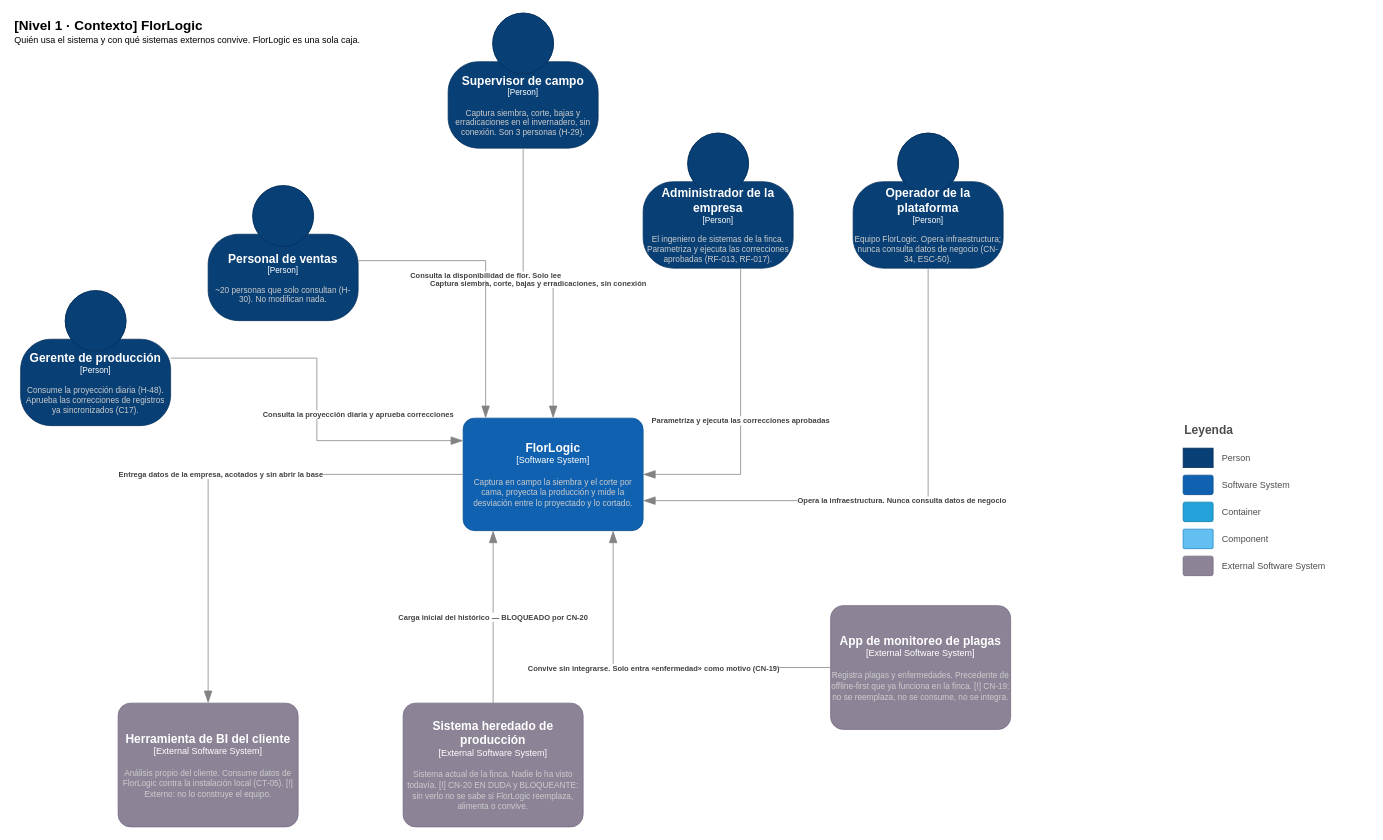
This is page "C4 · Nivel 1 — Contexto" (8 of 14) of Documentacion/Drivers-Arquitectonicos/Arquitectura FlorLogic.drawio from JuanPabloAvendano/FlorLogic, a draw.io file, before an edit. Source tidied: cells renumbered, new cells numbered last; positions are measured from the earlier drawing's top-left corner, leaving out a move shared by most shapes. Both pictures are drawn from the tidied source at 75%, with x=0, y=0 at pixel (13, 13).
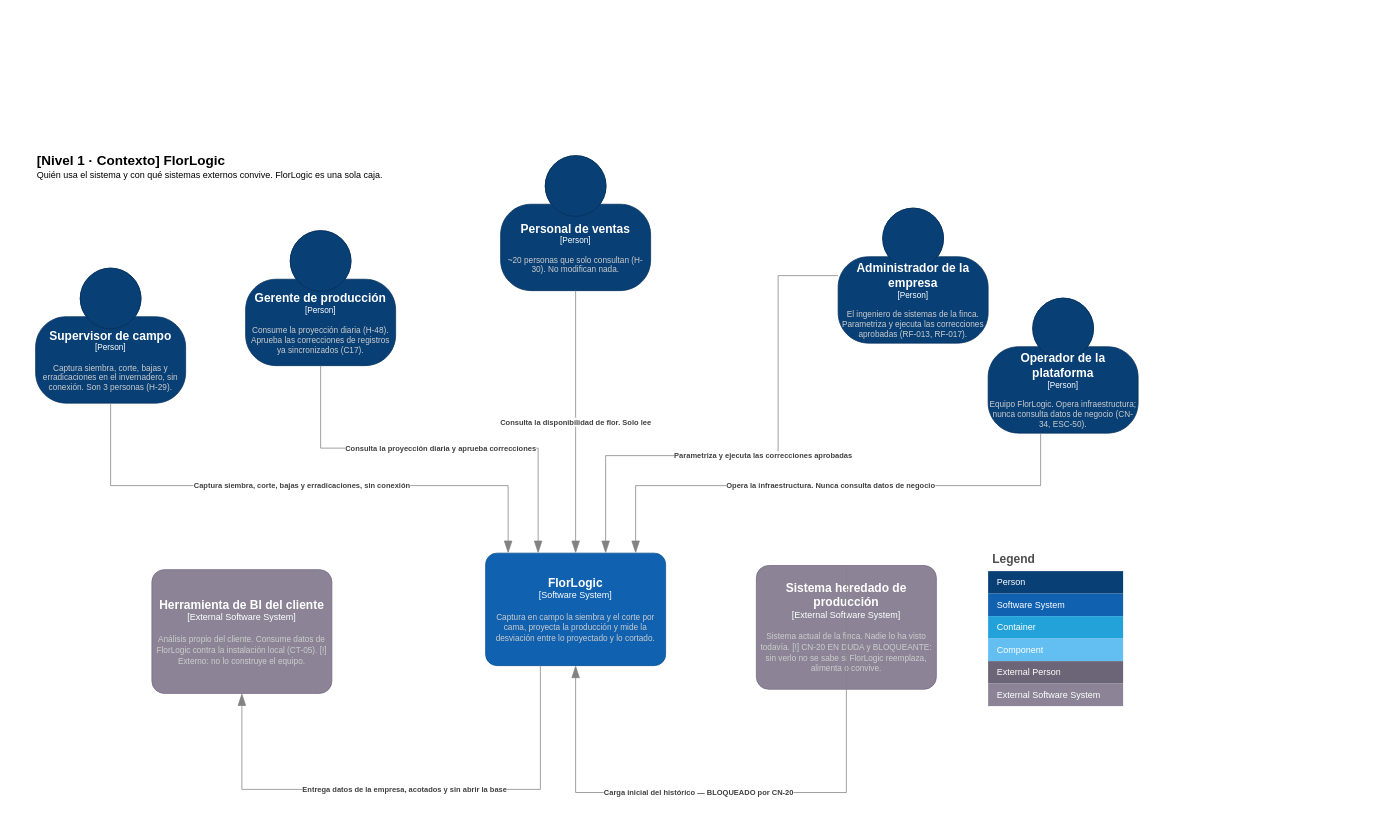
The same page after the edit.

Change to the diagram source:
```diff
@@
     <object id="2" label="&lt;font style=&quot;font-size: 18px&quot;&gt;&lt;b&gt;&lt;div style=&quot;text-align: left&quot;&gt;%c4Name%&lt;/div&gt;&lt;/b&gt;&lt;/font&gt;&lt;div style=&quot;text-align: left&quot;&gt;%c4Description%&lt;/div&gt;" c4Description="Quién usa el sistema y con qué sistemas externos convive. FlorLogic es una sola caja." c4Name="[Nivel 1 · Contexto] FlorLogic" placeholders="1">
       <mxCell style="text;html=1;strokeColor=none;fillColor=none;align=left;verticalAlign=top;whiteSpace=wrap;rounded=0;" parent="1" vertex="1">
-        <mxGeometry width="900" height="60" as="geometry" />
+        <mxGeometry x="30" y="180" width="900" height="60" as="geometry" />
       </mxCell>
     </object>
     <object id="3" label="&lt;font style=&quot;font-size: 16px&quot;&gt;&lt;b&gt;%c4Name%&lt;/b&gt;&lt;/font&gt;&lt;div&gt;[%c4Type%]&lt;/div&gt;&lt;br&gt;&lt;div&gt;&lt;font style=&quot;font-size: 11px&quot;&gt;&lt;font color=&quot;#cccccc&quot;&gt;%c4Description%&lt;/font&gt;&lt;/font&gt;&lt;/div&gt;" c4Description="Captura siembra, corte, bajas y erradicaciones en el invernadero, sin conexión. Son 3 personas (H-29)." c4Name="Supervisor de campo" c4Type="Person" placeholders="1">
       <mxCell style="html=1;fontSize=11;dashed=0;whiteSpace=wrap;fillColor=#083F75;strokeColor=#06315C;fontColor=#ffffff;shape=mxgraph.c4.person2;align=center;points=[[0.5,0,0],[1,0.5,0],[1,0.75,0],[0.75,1,0],[0.5,1,0],[0.25,1,0],[0,0.75,0],[0,0.5,0]];" parent="1" vertex="1">
-        <mxGeometry x="580" width="200" height="180" as="geometry" />
+        <mxGeometry x="30" y="340" width="200" height="180" as="geometry" />
       </mxCell>
     </object>
     <object id="4" label="&lt;font style=&quot;font-size: 16px&quot;&gt;&lt;b&gt;%c4Name%&lt;/b&gt;&lt;/font&gt;&lt;div&gt;[%c4Type%]&lt;/div&gt;&lt;br&gt;&lt;div&gt;&lt;font style=&quot;font-size: 11px&quot;&gt;&lt;font color=&quot;#cccccc&quot;&gt;%c4Description%&lt;/font&gt;&lt;/font&gt;&lt;/div&gt;" c4Description="Consume la proyección diaria (H-48). Aprueba las correcciones de registros ya sincronizados (C17)." c4Name="Gerente de producción" c4Type="Person" placeholders="1">
       <mxCell style="html=1;fontSize=11;dashed=0;whiteSpace=wrap;fillColor=#083F75;strokeColor=#06315C;fontColor=#ffffff;shape=mxgraph.c4.person2;align=center;points=[[0.5,0,0],[1,0.5,0],[1,0.75,0],[0.75,1,0],[0.5,1,0],[0.25,1,0],[0,0.75,0],[0,0.5,0]];" parent="1" vertex="1">
-        <mxGeometry x="10" y="370" width="200" height="180" as="geometry" />
+        <mxGeometry x="310" y="290" width="200" height="180" as="geometry" />
       </mxCell>
     </object>
     <object id="5" label="&lt;font style=&quot;font-size: 16px&quot;&gt;&lt;b&gt;%c4Name%&lt;/b&gt;&lt;/font&gt;&lt;div&gt;[%c4Type%]&lt;/div&gt;&lt;br&gt;&lt;div&gt;&lt;font style=&quot;font-size: 11px&quot;&gt;&lt;font color=&quot;#cccccc&quot;&gt;%c4Description%&lt;/font&gt;&lt;/font&gt;&lt;/div&gt;" c4Description="~20 personas que solo consultan (H-30). No modifican nada." c4Name="Personal de ventas" c4Type="Person" placeholders="1">
       <mxCell style="html=1;fontSize=11;dashed=0;whiteSpace=wrap;fillColor=#083F75;strokeColor=#06315C;fontColor=#ffffff;shape=mxgraph.c4.person2;align=center;points=[[0.5,0,0],[1,0.5,0],[1,0.75,0],[0.75,1,0],[0.5,1,0],[0.25,1,0],[0,0.75,0],[0,0.5,0]];" parent="1" vertex="1">
-        <mxGeometry x="260" y="230" width="200" height="180" as="geometry" />
+        <mxGeometry x="650" y="190" width="200" height="180" as="geometry" />
       </mxCell>
     </object>
     <object id="6" label="&lt;font style=&quot;font-size: 16px&quot;&gt;&lt;b&gt;%c4Name%&lt;/b&gt;&lt;/font&gt;&lt;div&gt;[%c4Type%]&lt;/div&gt;&lt;br&gt;&lt;div&gt;&lt;font style=&quot;font-size: 11px&quot;&gt;&lt;font color=&quot;#cccccc&quot;&gt;%c4Description%&lt;/font&gt;&lt;/font&gt;&lt;/div&gt;" c4Description="El ingeniero de sistemas de la finca. Parametriza y ejecuta las correcciones aprobadas (RF-013, RF-017)." c4Name="Administrador de la empresa" c4Type="Person" placeholders="1">
       <mxCell style="html=1;fontSize=11;dashed=0;whiteSpace=wrap;fillColor=#083F75;strokeColor=#06315C;fontColor=#ffffff;shape=mxgraph.c4.person2;align=center;points=[[0.5,0,0],[1,0.5,0],[1,0.75,0],[0.75,1,0],[0.5,1,0],[0.25,1,0],[0,0.75,0],[0,0.5,0]];" parent="1" vertex="1">
-        <mxGeometry x="840" y="160" width="200" height="180" as="geometry" />
+        <mxGeometry x="1100" y="260" width="200" height="180" as="geometry" />
       </mxCell>
     </object>
     <object id="7" label="&lt;font style=&quot;font-size: 16px&quot;&gt;&lt;b&gt;%c4Name%&lt;/b&gt;&lt;/font&gt;&lt;div&gt;[%c4Type%]&lt;/div&gt;&lt;br&gt;&lt;div&gt;&lt;font style=&quot;font-size: 11px&quot;&gt;&lt;font color=&quot;#cccccc&quot;&gt;%c4Description%&lt;/font&gt;&lt;/font&gt;&lt;/div&gt;" c4Description="Equipo FlorLogic. Opera infraestructura; nunca consulta datos de negocio (CN-34, ESC-50)." c4Name="Operador de la plataforma" c4Type="Person" placeholders="1">
       <mxCell style="html=1;fontSize=11;dashed=0;whiteSpace=wrap;fillColor=#083F75;strokeColor=#06315C;fontColor=#ffffff;shape=mxgraph.c4.person2;align=center;points=[[0.5,0,0],[1,0.5,0],[1,0.75,0],[0.75,1,0],[0.5,1,0],[0.25,1,0],[0,0.75,0],[0,0.5,0]];" parent="1" vertex="1">
-        <mxGeometry x="1120" y="160" width="200" height="180" as="geometry" />
+        <mxGeometry x="1300" y="380" width="200" height="180" as="geometry" />
       </mxCell>
     </object>
     <object id="8" label="&lt;font style=&quot;font-size: 16px&quot;&gt;&lt;b&gt;%c4Name%&lt;/b&gt;&lt;/font&gt;&lt;div&gt;[%c4Type%]&lt;/div&gt;&lt;br&gt;&lt;div&gt;&lt;font style=&quot;font-size: 11px&quot;&gt;&lt;font color=&quot;#cccccc&quot;&gt;%c4Description%&lt;/font&gt;&lt;/font&gt;&lt;/div&gt;" c4Description="Captura en campo la siembra y el corte por cama, proyecta la producción y mide la desviación entre lo proyectado y lo cortado." c4Name="FlorLogic" c4Type="Software System" placeholders="1">
       <mxCell style="rounded=1;whiteSpace=wrap;html=1;labelBackgroundColor=none;fillColor=#1061B0;fontColor=#ffffff;align=center;arcSize=10;strokeColor=#0D5091;points=[[0.25,0,0],[0.5,0,0],[0.75,0,0],[1,0.25,0],[1,0.5,0],[1,0.75,0],[0.75,1,0],[0.5,1,0],[0.25,1,0],[0,0.75,0],[0,0.5,0],[0,0.25,0]];" parent="1" vertex="1">
-        <mxGeometry x="600" y="540" width="240" height="150" as="geometry" />
+        <mxGeometry x="630" y="720" width="240" height="150" as="geometry" />
       </mxCell>
     </object>
     <object id="9" label="&lt;font style=&quot;font-size: 16px&quot;&gt;&lt;b&gt;%c4Name%&lt;/b&gt;&lt;/font&gt;&lt;div&gt;[%c4Type%]&lt;/div&gt;&lt;br&gt;&lt;div&gt;&lt;font style=&quot;font-size: 11px&quot;&gt;&lt;font color=&quot;#cccccc&quot;&gt;%c4Description%&lt;/font&gt;&lt;/font&gt;&lt;/div&gt;" c4Description="Análisis propio del cliente. Consume datos de FlorLogic contra la instalación local (CT-05). [!] Externo: no lo construye el equipo." c4Name="Herramienta de BI del cliente" c4Type="External Software System" placeholders="1">
       <mxCell style="rounded=1;whiteSpace=wrap;html=1;labelBackgroundColor=none;fillColor=#8C8496;fontColor=#ffffff;align=center;arcSize=10;strokeColor=#736782;points=[[0.25,0,0],[0.5,0,0],[0.75,0,0],[1,0.25,0],[1,0.5,0],[1,0.75,0],[0.75,1,0],[0.5,1,0],[0.25,1,0],[0,0.75,0],[0,0.5,0],[0,0.25,0]];" parent="1" vertex="1">
-        <mxGeometry x="140" y="920" width="240" height="165" as="geometry" />
+        <mxGeometry x="185" y="742" width="240" height="165" as="geometry" />
       </mxCell>
     </object>
     <object id="10" label="&lt;font style=&quot;font-size: 16px&quot;&gt;&lt;b&gt;%c4Name%&lt;/b&gt;&lt;/font&gt;&lt;div&gt;[%c4Type%]&lt;/div&gt;&lt;br&gt;&lt;div&gt;&lt;font style=&quot;font-size: 11px&quot;&gt;&lt;font color=&quot;#cccccc&quot;&gt;%c4Description%&lt;/font&gt;&lt;/font&gt;&lt;/div&gt;" c4Description="Sistema actual de la finca. Nadie lo ha visto todavía. [!] CN-20 EN DUDA y BLOQUEANTE: sin verlo no se sabe si FlorLogic reemplaza, alimenta o convive." c4Name="Sistema heredado de producción" c4Type="External Software System" placeholders="1">
       <mxCell style="rounded=1;whiteSpace=wrap;html=1;labelBackgroundColor=none;fillColor=#8C8496;fontColor=#ffffff;align=center;arcSize=10;strokeColor=#736782;points=[[0.25,0,0],[0.5,0,0],[0.75,0,0],[1,0.25,0],[1,0.5,0],[1,0.75,0],[0.75,1,0],[0.5,1,0],[0.25,1,0],[0,0.75,0],[0,0.5,0],[0,0.25,0]];" parent="1" vertex="1">
-        <mxGeometry x="520" y="920" width="240" height="165" as="geometry" />
+        <mxGeometry x="991" y="736.5" width="240" height="165" as="geometry" />
       </mxCell>
     </object>
-    <object id="11" label="&lt;font style=&quot;font-size: 16px&quot;&gt;&lt;b&gt;%c4Name%&lt;/b&gt;&lt;/font&gt;&lt;div&gt;[%c4Type%]&lt;/div&gt;&lt;br&gt;&lt;div&gt;&lt;font style=&quot;font-size: 11px&quot;&gt;&lt;font color=&quot;#cccccc&quot;&gt;%c4Description%&lt;/font&gt;&lt;/font&gt;&lt;/div&gt;" c4Description="Registra plagas y enfermedades. Precedente de offline-first que ya funciona en la finca. [!] CN-19: no se reemplaza, no se consume, no se integra." c4Name="App de monitoreo de plagas" c4Type="External Software System" placeholders="1">
-      <mxCell style="rounded=1;whiteSpace=wrap;html=1;labelBackgroundColor=none;fillColor=#8C8496;fontColor=#ffffff;align=center;arcSize=10;strokeColor=#736782;points=[[0.25,0,0],[0.5,0,0],[0.75,0,0],[1,0.25,0],[1,0.5,0],[1,0.75,0],[0.75,1,0],[0.5,1,0],[0.25,1,0],[0,0.75,0],[0,0.5,0],[0,0.25,0]];" parent="1" vertex="1">
-        <mxGeometry x="1090" y="790" width="240" height="165" as="geometry" />
-      </mxCell>
-    </object>
     <object id="12" label="&lt;div style=&quot;text-align: center&quot;&gt;&lt;b&gt;%c4Description%&lt;/b&gt;&lt;/div&gt;" c4Description="Captura siembra, corte, bajas y erradicaciones, sin conexión" placeholders="1">
       <mxCell style="endArrow=blockThin;html=1;fontSize=10;fontColor=#404040;strokeWidth=1;endFill=1;strokeColor=#828282;elbow=vertical;endSize=14;startSize=14;jumpStyle=arc;jumpSize=16;rounded=0;edgeStyle=orthogonalEdgeStyle;" parent="1" edge="1" source="3" target="8">
-        <mxGeometry relative="1" as="geometry" />
+        <mxGeometry relative="1" as="geometry">
+          <Array as="points">
+            <mxPoint x="130" y="630" />
+            <mxPoint x="660" y="630" />
+          </Array>
+        </mxGeometry>
       </mxCell>
     </object>
     <object id="13" label="&lt;div style=&quot;text-align: center&quot;&gt;&lt;b&gt;%c4Description%&lt;/b&gt;&lt;/div&gt;" c4Description="Consulta la proyección diaria y aprueba correcciones" placeholders="1">
       <mxCell style="endArrow=blockThin;html=1;fontSize=10;fontColor=#404040;strokeWidth=1;endFill=1;strokeColor=#828282;elbow=vertical;endSize=14;startSize=14;jumpStyle=arc;jumpSize=16;rounded=0;edgeStyle=orthogonalEdgeStyle;" parent="1" edge="1" source="4" target="8">
-        <mxGeometry x="0.08" y="55" relative="1" as="geometry">
+        <mxGeometry relative="1" as="geometry">
           <Array as="points">
-            <mxPoint x="405" y="460" />
-            <mxPoint x="405" y="570" />
+            <mxPoint x="410" y="580" />
+            <mxPoint x="700" y="580" />
           </Array>
         </mxGeometry>
       </mxCell>
     </object>
     <object id="14" label="&lt;div style=&quot;text-align: center&quot;&gt;&lt;b&gt;%c4Description%&lt;/b&gt;&lt;/div&gt;" c4Description="Consulta la disponibilidad de flor. Solo lee" placeholders="1">
       <mxCell style="endArrow=blockThin;html=1;fontSize=10;fontColor=#404040;strokeWidth=1;endFill=1;strokeColor=#828282;elbow=vertical;endSize=14;startSize=14;jumpStyle=arc;jumpSize=16;rounded=0;edgeStyle=orthogonalEdgeStyle;" parent="1" edge="1" source="5" target="8">
-        <mxGeometry relative="1" as="geometry">
-          <Array as="points">
-            <mxPoint x="630" y="330" />
-          </Array>
-        </mxGeometry>
+        <mxGeometry relative="1" as="geometry" />
       </mxCell>
     </object>
     <object id="15" label="&lt;div style=&quot;text-align: center&quot;&gt;&lt;b&gt;%c4Description%&lt;/b&gt;&lt;/div&gt;" c4Description="Parametriza y ejecuta las correcciones aprobadas" placeholders="1">
       <mxCell style="endArrow=blockThin;html=1;fontSize=10;fontColor=#404040;strokeWidth=1;endFill=1;strokeColor=#828282;elbow=vertical;endSize=14;startSize=14;jumpStyle=arc;jumpSize=16;rounded=0;edgeStyle=orthogonalEdgeStyle;" parent="1" edge="1" source="6" target="8">
         <mxGeometry relative="1" as="geometry">
           <Array as="points">
-            <mxPoint x="970" y="615" />
+            <mxPoint x="1020" y="350" />
+            <mxPoint x="1020" y="590" />
+            <mxPoint x="790" y="590" />
           </Array>
         </mxGeometry>
       </mxCell>
     </object>
     <object id="16" label="&lt;div style=&quot;text-align: center&quot;&gt;&lt;b&gt;%c4Description%&lt;/b&gt;&lt;/div&gt;" c4Description="Opera la infraestructura. Nunca consulta datos de negocio" placeholders="1">
       <mxCell style="endArrow=blockThin;html=1;fontSize=10;fontColor=#404040;strokeWidth=1;endFill=1;strokeColor=#828282;elbow=vertical;endSize=14;startSize=14;jumpStyle=arc;jumpSize=16;rounded=0;edgeStyle=orthogonalEdgeStyle;" parent="1" edge="1" source="7" target="8">
         <mxGeometry relative="1" as="geometry">
           <Array as="points">
-            <mxPoint x="1220" y="650" />
+            <mxPoint x="1370" y="630" />
+            <mxPoint x="830" y="630" />
           </Array>
         </mxGeometry>
       </mxCell>
     </object>
     <object id="17" label="&lt;div style=&quot;text-align: center&quot;&gt;&lt;b&gt;%c4Description%&lt;/b&gt;&lt;/div&gt;" c4Description="Entrega datos de la empresa, acotados y sin abrir la base" placeholders="1">
       <mxCell style="endArrow=blockThin;html=1;fontSize=10;fontColor=#404040;strokeWidth=1;endFill=1;strokeColor=#828282;elbow=vertical;endSize=14;startSize=14;jumpStyle=arc;jumpSize=16;rounded=0;edgeStyle=orthogonalEdgeStyle;" parent="1" edge="1" source="8" target="9">
-        <mxGeometry relative="1" as="geometry" />
+        <mxGeometry relative="1" as="geometry">
+          <Array as="points">
+            <mxPoint x="703" y="1035" />
+          </Array>
+        </mxGeometry>
       </mxCell>
     </object>
     <object id="18" label="&lt;div style=&quot;text-align: center&quot;&gt;&lt;b&gt;%c4Description%&lt;/b&gt;&lt;/div&gt;" c4Description="Carga inicial del histórico — BLOQUEADO por CN-20" placeholders="1">
-      <mxCell style="endArrow=blockThin;html=1;fontSize=10;fontColor=#404040;strokeWidth=1;endFill=1;strokeColor=#828282;elbow=vertical;endSize=14;startSize=14;jumpStyle=arc;jumpSize=16;rounded=0;edgeStyle=orthogonalEdgeStyle;" parent="1" edge="1" source="10" target="8">
-        <mxGeometry relative="1" as="geometry">
+      <mxCell style="endArrow=blockThin;html=1;fontSize=10;fontColor=#404040;strokeWidth=1;endFill=1;strokeColor=#828282;elbow=vertical;endSize=14;startSize=14;jumpStyle=arc;jumpSize=16;rounded=0;edgeStyle=orthogonalEdgeStyle;exitX=0.5;exitY=0;exitDx=0;exitDy=0;exitPerimeter=0;" parent="1" edge="1" source="10" target="8">
+        <mxGeometry x="0.2" relative="1" as="geometry">
           <Array as="points">
-            <mxPoint x="640" y="720" />
-            <mxPoint x="640" y="720" />
+            <mxPoint x="1111" y="1039.2" />
+            <mxPoint x="750" y="1039.2" />
           </Array>
         </mxGeometry>
       </mxCell>
     </object>
-    <object id="19" label="&lt;div style=&quot;text-align: center&quot;&gt;&lt;b&gt;%c4Description%&lt;/b&gt;&lt;/div&gt;" c4Description="Convive sin integrarse. Solo entra «enfermedad» como motivo (CN-19)" placeholders="1">
-      <mxCell style="endArrow=blockThin;html=1;fontSize=10;fontColor=#404040;strokeWidth=1;endFill=1;strokeColor=#828282;elbow=vertical;endSize=14;startSize=14;jumpStyle=arc;jumpSize=16;rounded=0;edgeStyle=orthogonalEdgeStyle;" parent="1" edge="1" source="11" target="8">
-        <mxGeometry relative="1" as="geometry">
-          <Array as="points">
-            <mxPoint x="800" y="872.6" />
-          </Array>
-        </mxGeometry>
-      </mxCell>
-    </object>
-    <mxCell id="20" value="Leyenda" style="text;html=1;strokeColor=none;fillColor=none;align=left;verticalAlign=middle;fontSize=16;fontStyle=1;fontColor=#4D4D4D;" parent="1" vertex="1">
-      <mxGeometry x="1560" y="540" width="200" height="30" as="geometry" />
-    </mxCell>
-    <mxCell id="21" style="html=1;fontSize=11;dashed=0;whiteSpace=wrap;fillColor=#083F75;strokeColor=#06315C;fontColor=#ffffff;align=center;" parent="1" vertex="1">
-      <mxGeometry x="1560" y="580" width="40" height="26" as="geometry" />
-    </mxCell>
+    <mxCell id="31" value="Legend" style="shape=table;startSize=30;childLayout=tableLayout;fontSize=16;align=left;verticalAlign=top;fillColor=none;strokeColor=none;fontColor=#4D4D4D;fontStyle=1;spacingLeft=6;spacing=0;" parent="1" vertex="1">
+      <mxGeometry x="1300" y="714" width="180" height="210" as="geometry" />
+    </mxCell>
+    <mxCell id="32" style="shape=tableRow;horizontal=0;startSize=0;swimlaneHead=0;swimlaneBody=0;strokeColor=inherit;top=0;left=0;bottom=0;right=0;fillColor=none;fontSize=12;" parent="31" vertex="1">
+      <mxGeometry y="30" width="180" height="30" as="geometry" />
+    </mxCell>
-    <mxCell id="22" value="Person" style="text;html=1;strokeColor=none;fillColor=none;align=left;verticalAlign=middle;fontSize=12;fontColor=#4D4D4D;" parent="1" vertex="1">
-      <mxGeometry x="1610" y="580" width="200" height="26" as="geometry" />
+    <mxCell id="22" value="Person" style="shape=partialRectangle;html=1;whiteSpace=wrap;strokeColor=inherit;overflow=hidden;fillColor=#083F75;top=0;left=0;bottom=0;right=0;fontSize=12;align=left;fontColor=#FFFFFF;gradientColor=none;spacingLeft=10;spacingRight=4;" parent="32" vertex="1">
+      <mxGeometry width="180" height="30" as="geometry" />
     </mxCell>
-    <mxCell id="23" style="rounded=1;whiteSpace=wrap;html=1;labelBackgroundColor=none;fillColor=#1061B0;fontColor=#ffffff;align=center;arcSize=10;strokeColor=#0D5091;" parent="1" vertex="1">
-      <mxGeometry x="1560" y="616" width="40" height="26" as="geometry" />
-    </mxCell>
+    <mxCell id="33" style="shape=tableRow;horizontal=0;startSize=0;swimlaneHead=0;swimlaneBody=0;strokeColor=inherit;top=0;left=0;bottom=0;right=0;fillColor=none;fontSize=12;" parent="31" vertex="1">
+      <mxGeometry y="60" width="180" height="30" as="geometry" />
+    </mxCell>
-    <mxCell id="24" value="Software System" style="text;html=1;strokeColor=none;fillColor=none;align=left;verticalAlign=middle;fontSize=12;fontColor=#4D4D4D;" parent="1" vertex="1">
-      <mxGeometry x="1610" y="616" width="200" height="26" as="geometry" />
+    <mxCell id="24" value="Software System" style="shape=partialRectangle;html=1;whiteSpace=wrap;strokeColor=inherit;overflow=hidden;fillColor=#1061B0;top=0;left=0;bottom=0;right=0;fontSize=12;align=left;fontColor=#FFFFFF;gradientColor=none;spacingLeft=10;spacingRight=4;" parent="33" vertex="1">
+      <mxGeometry width="180" height="30" as="geometry" />
     </mxCell>
-    <mxCell id="25" style="rounded=1;whiteSpace=wrap;html=1;fontSize=11;labelBackgroundColor=none;fillColor=#23A2D9;fontColor=#ffffff;align=center;arcSize=10;strokeColor=#0E7DAD;" parent="1" vertex="1">
-      <mxGeometry x="1560" y="652" width="40" height="26" as="geometry" />
-    </mxCell>
+    <mxCell id="34" style="shape=tableRow;horizontal=0;startSize=0;swimlaneHead=0;swimlaneBody=0;strokeColor=inherit;top=0;left=0;bottom=0;right=0;fillColor=none;fontSize=12;" parent="31" vertex="1">
+      <mxGeometry y="90" width="180" height="30" as="geometry" />
+    </mxCell>
-    <mxCell id="26" value="Container" style="text;html=1;strokeColor=none;fillColor=none;align=left;verticalAlign=middle;fontSize=12;fontColor=#4D4D4D;" parent="1" vertex="1">
-      <mxGeometry x="1610" y="652" width="200" height="26" as="geometry" />
+    <mxCell id="26" value="Container" style="shape=partialRectangle;html=1;whiteSpace=wrap;strokeColor=inherit;overflow=hidden;fillColor=#23A2D9;top=0;left=0;bottom=0;right=0;fontSize=12;align=left;fontColor=#FFFFFF;gradientColor=none;spacingLeft=10;spacingRight=4;" parent="34" vertex="1">
+      <mxGeometry width="180" height="30" as="geometry" />
     </mxCell>
-    <mxCell id="27" style="rounded=1;whiteSpace=wrap;html=1;labelBackgroundColor=none;fillColor=#63BEF2;fontColor=#ffffff;align=center;arcSize=6;strokeColor=#2086C9;" parent="1" vertex="1">
-      <mxGeometry x="1560" y="688" width="40" height="26" as="geometry" />
-    </mxCell>
+    <mxCell id="35" style="shape=tableRow;horizontal=0;startSize=0;swimlaneHead=0;swimlaneBody=0;strokeColor=inherit;top=0;left=0;bottom=0;right=0;fillColor=none;fontSize=12;" parent="31" vertex="1">
+      <mxGeometry y="120" width="180" height="30" as="geometry" />
+    </mxCell>
-    <mxCell id="28" value="Component" style="text;html=1;strokeColor=none;fillColor=none;align=left;verticalAlign=middle;fontSize=12;fontColor=#4D4D4D;" parent="1" vertex="1">
-      <mxGeometry x="1610" y="688" width="200" height="26" as="geometry" />
+    <mxCell id="28" value="Component" style="shape=partialRectangle;html=1;whiteSpace=wrap;strokeColor=inherit;overflow=hidden;fillColor=#63BEF2;top=0;left=0;bottom=0;right=0;fontSize=12;align=left;fontColor=#FFFFFF;gradientColor=none;spacingLeft=10;spacingRight=4;" parent="35" vertex="1">
+      <mxGeometry width="180" height="30" as="geometry" />
     </mxCell>
-    <mxCell id="29" style="rounded=1;whiteSpace=wrap;html=1;labelBackgroundColor=none;fillColor=#8C8496;fontColor=#ffffff;align=center;arcSize=10;strokeColor=#736782;" parent="1" vertex="1">
-      <mxGeometry x="1560" y="724" width="40" height="26" as="geometry" />
-    </mxCell>
+    <mxCell id="36" style="shape=tableRow;horizontal=0;startSize=0;swimlaneHead=0;swimlaneBody=0;strokeColor=inherit;top=0;left=0;bottom=0;right=0;fillColor=none;fontSize=12;" parent="31" vertex="1">
+      <mxGeometry y="150" width="180" height="30" as="geometry" />
+    </mxCell>
+    <mxCell id="37" value="External Person" style="shape=partialRectangle;html=1;whiteSpace=wrap;strokeColor=inherit;overflow=hidden;fillColor=#6C6477;top=0;left=0;bottom=0;right=0;fontSize=12;align=left;fontColor=#FFFFFF;gradientColor=none;spacingLeft=10;spacingRight=4;" parent="36" vertex="1">
+      <mxGeometry width="180" height="30" as="geometry" />
+    </mxCell>
+    <mxCell id="38" style="shape=tableRow;horizontal=0;startSize=0;swimlaneHead=0;swimlaneBody=0;strokeColor=inherit;top=0;left=0;bottom=0;right=0;fillColor=none;fontSize=12;" parent="31" vertex="1">
+      <mxGeometry y="180" width="180" height="30" as="geometry" />
+    </mxCell>
-    <mxCell id="30" value="External Software System" style="text;html=1;strokeColor=none;fillColor=none;align=left;verticalAlign=middle;fontSize=12;fontColor=#4D4D4D;" parent="1" vertex="1">
-      <mxGeometry x="1610" y="724" width="200" height="26" as="geometry" />
+    <mxCell id="30" value="External Software System" style="shape=partialRectangle;html=1;whiteSpace=wrap;strokeColor=inherit;overflow=hidden;fillColor=#8C8496;top=0;left=0;bottom=0;right=0;fontSize=12;align=left;fontColor=#FFFFFF;gradientColor=none;spacingLeft=10;spacingRight=4;" parent="38" vertex="1">
+      <mxGeometry width="180" height="30" as="geometry" />
     </mxCell>
```
